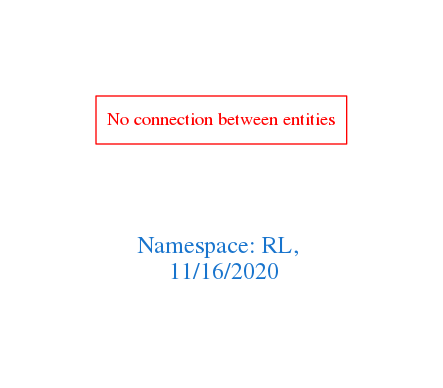
The Graphviz diagram downloads/RL.png in arago/OGIT, before a commit. Its source is kept beside it as downloads/RL.dot.
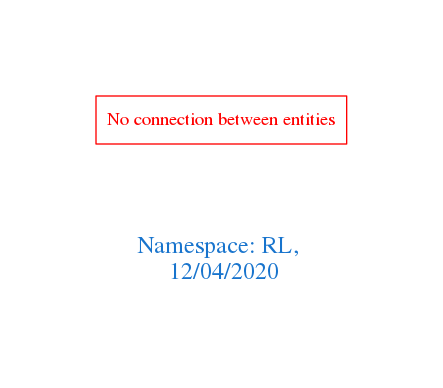
The same file after the commit.

What changed in the source:
```diff
@@ -1,7 +1,7 @@
 digraph OGIT_ontology {
  graph [ rankdir= LR,pad=1
 fontsize = 18,
-fontcolor= dodgerblue3,label = "\n\n\nNamespace: RL, \n 11/16/2020"];
+fontcolor= dodgerblue3,label = "\n\n\nNamespace: RL, \n 12/04/2020"];
 node[shape=polygon];
 edge [  color="gray81"];
 
```
